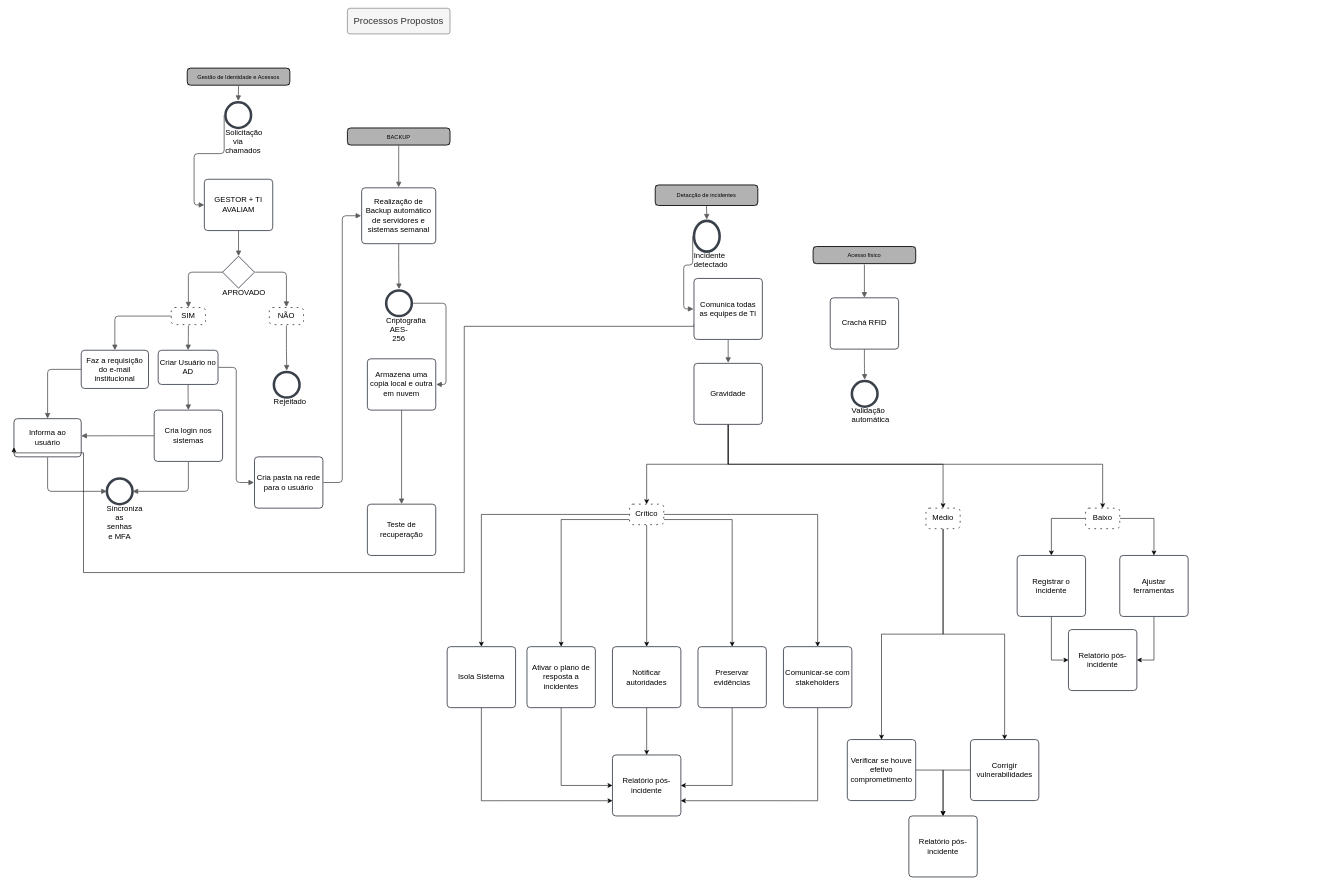
Above: Eixo 2/Segurança da Informação.drawio in ICEI-PUC-Minas-PMV-CST-SI/pmv-cst-si-2024-2-pe1-t1-grupo-2-quitanda-do-seu-ze (draw.io), before the change. Source tidied: cells renumbered, new cells numbered last; positions are measured from the earlier drawing's top-left corner, leaving out a move shared by most shapes. Both pictures are drawn from the tidied source at 57%, with x=0, y=0 at pixel (14, 8).
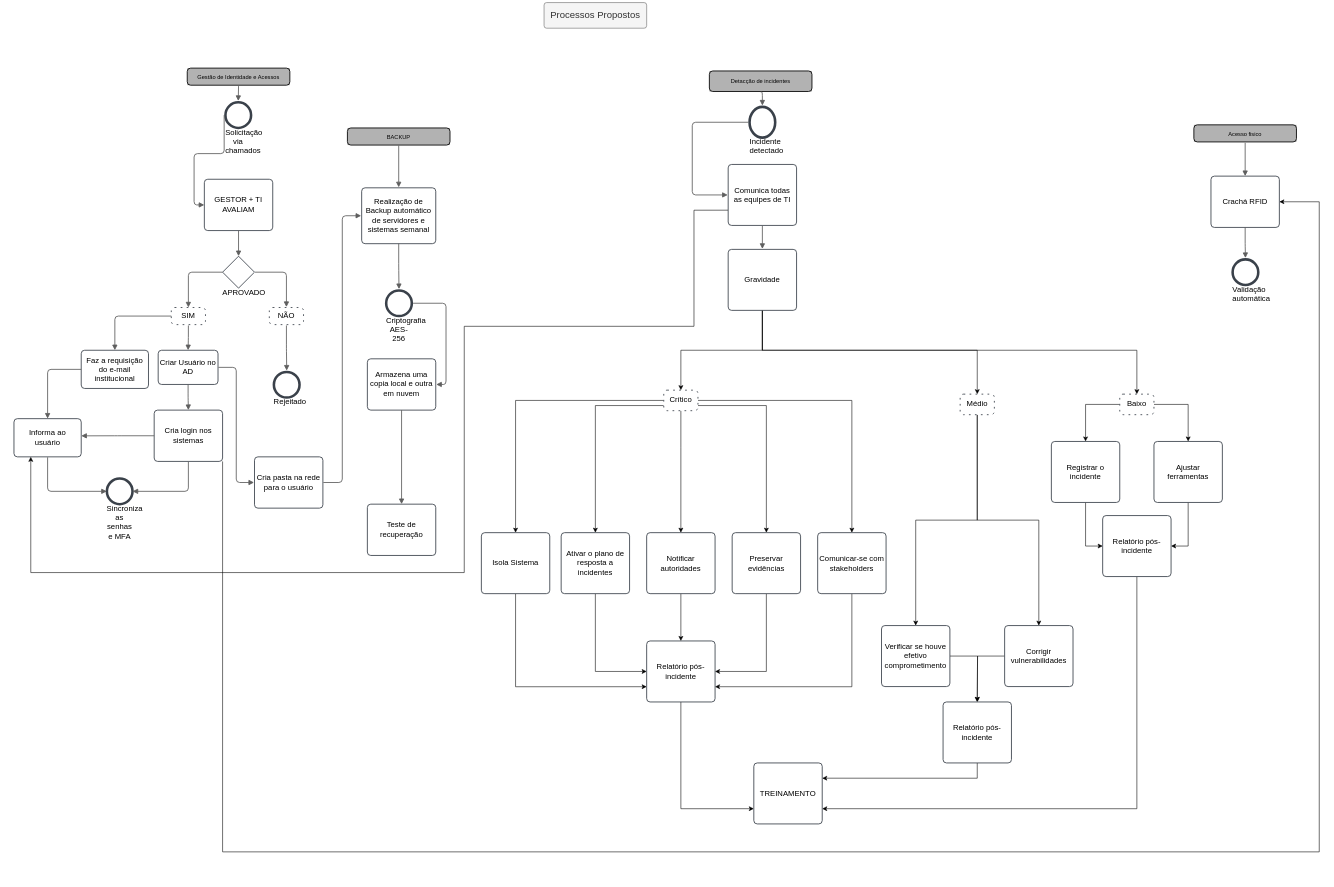
The same page after the edit.

Unchanged cells that the change refers to:
```xml
<mxCell id="52" value="Cria login nos sistemas " style="html=1;overflow=block;blockSpacing=1;whiteSpace=wrap;fontSize=13.5;align=center;spacing=3.8;strokeColor=#3a414a;strokeOpacity=100;fillOpacity=100;rounded=1;absoluteArcSize=1;arcSize=12;fillColor=#ffffff;strokeWidth=1.5;" parent="1" vertex="1">
  <mxGeometry x="246" y="705" width="120" height="90" as="geometry" />
</mxCell>
<mxCell id="56" value="Informa ao usuário" style="html=1;overflow=block;blockSpacing=1;whiteSpace=wrap;fontSize=13.5;align=center;spacing=3.8;strokeColor=#3a414a;strokeOpacity=100;fillOpacity=100;rounded=1;absoluteArcSize=1;arcSize=12;fillColor=#ffffff;strokeWidth=1.5;" parent="1" vertex="1">
  <mxGeometry y="720" width="118" height="67" as="geometry" />
</mxCell>
```

Diff of the diagram source:
```diff
@@
     <mxCell id="6" value="Detacção de incidentes" style="html=1;overflow=block;blockSpacing=1;whiteSpace=wrap;fontSize=10;align=center;spacing=3.8;strokeOpacity=100;fillOpacity=100;rounded=1;absoluteArcSize=1;arcSize=12;fillColor=#ffffff;strokeWidth=1.5;" parent="1" vertex="1">
-      <mxGeometry x="1125" y="310" width="180" height="36" as="geometry" />
+      <mxGeometry x="1220" y="110" width="180" height="36" as="geometry" />
     </mxCell>
@@
     <mxCell id="8" value="Acesso fisico" style="html=1;overflow=block;blockSpacing=1;whiteSpace=wrap;fontSize=10;align=center;spacing=3.8;strokeOpacity=100;fillOpacity=100;rounded=1;absoluteArcSize=1;arcSize=12;fillColor=#ffffff;strokeWidth=1.5;" parent="1" vertex="1">
-      <mxGeometry x="1402" y="418" width="180" height="30" as="geometry" />
+      <mxGeometry x="2070" y="204.5" width="180" height="30" as="geometry" />
     </mxCell>
@@
     <mxCell id="29" style="edgeStyle=orthogonalEdgeStyle;rounded=0;jettySize=auto;html=1;exitX=0.5;exitY=1;exitDx=0;exitDy=0;" parent="1" edge="1" source="31" target="76">
       <mxGeometry relative="1" as="geometry">
         <Array as="points">
-          <mxPoint x="1253" y="800" />
-          <mxPoint x="1910" y="800" />
+          <mxPoint x="1313" y="600" />
+          <mxPoint x="1970" y="600" />
         </Array>
       </mxGeometry>
     </mxCell>
     <mxCell id="30" style="edgeStyle=orthogonalEdgeStyle;rounded=0;jettySize=auto;html=1;exitX=0.5;exitY=1;exitDx=0;exitDy=0;entryX=0.5;entryY=0;entryDx=0;entryDy=0;" parent="1" edge="1" source="31" target="40">
       <mxGeometry relative="1" as="geometry">
         <Array as="points">
-          <mxPoint x="1253" y="800" />
-          <mxPoint x="1630" y="800" />
+          <mxPoint x="1313" y="600" />
+          <mxPoint x="1690" y="600" />
         </Array>
       </mxGeometry>
     </mxCell>
     <mxCell id="31" value="Gravidade" style="html=1;overflow=block;blockSpacing=1;whiteSpace=wrap;fontSize=13.5;align=center;spacing=3.8;strokeColor=#3a414a;strokeOpacity=100;fillOpacity=100;rounded=1;absoluteArcSize=1;arcSize=12;fillColor=#ffffff;strokeWidth=1.5;" parent="1" vertex="1">
-      <mxGeometry x="1193" y="623" width="120" height="107" as="geometry" />
+      <mxGeometry x="1253" y="423" width="120" height="107" as="geometry" />
     </mxCell>
@@
     <mxCell id="34" style="edgeStyle=orthogonalEdgeStyle;rounded=0;jettySize=auto;html=1;exitX=0.5;exitY=1;exitDx=0;exitDy=0;" parent="1" edge="1" source="37" target="80">
       <mxGeometry relative="1" as="geometry">
         <Array as="points">
-          <mxPoint x="1110" y="970" />
-          <mxPoint x="1110" y="970" />
+          <mxPoint x="1170" y="770" />
+          <mxPoint x="1170" y="770" />
         </Array>
       </mxGeometry>
     </mxCell>
@@
     <mxCell id="37" value="Crítico" style="html=1;overflow=block;blockSpacing=1;shape=ext;dashed=1;dashPattern=2 5;whiteSpace=wrap;fontSize=13.5;align=center;spacing=3.8;strokeColor=#3a414a;strokeOpacity=100;fillOpacity=100;rounded=1;absoluteArcSize=1;arcSize=12;fillColor=#ffffff;strokeWidth=1.5;" parent="1" vertex="1">
-      <mxGeometry x="1080" y="870" width="60" height="36" as="geometry" />
+      <mxGeometry x="1140" y="670" width="60" height="36" as="geometry" />
     </mxCell>
@@
     <mxCell id="40" value="Médio" style="html=1;overflow=block;blockSpacing=1;shape=ext;dashed=1;dashPattern=2 5;whiteSpace=wrap;fontSize=13.5;align=center;spacing=3.8;strokeColor=#3a414a;strokeOpacity=100;fillOpacity=100;rounded=1;absoluteArcSize=1;arcSize=12;fillColor=#ffffff;strokeWidth=1.5;" parent="1" vertex="1">
-      <mxGeometry x="1600" y="877" width="60" height="36" as="geometry" />
+      <mxGeometry x="1660" y="677" width="60" height="36" as="geometry" />
     </mxCell>
-    <mxCell id="41" style="edgeStyle=orthogonalEdgeStyle;rounded=0;jettySize=auto;html=1;exitX=1;exitY=0.5;exitDx=0;exitDy=0;" parent="1" edge="1" source="42" target="91">
-      <mxGeometry relative="1" as="geometry" />
+    <mxCell id="41" style="edgeStyle=orthogonalEdgeStyle;rounded=0;jettySize=auto;html=1;exitX=1;exitY=0.5;exitDx=0;exitDy=0;" parent="1" edge="1" source="42">
+      <mxGeometry relative="1" as="geometry">
+        <mxPoint x="1690" y="1217" as="targetPoint" />
+      </mxGeometry>
     </mxCell>
     <mxCell id="42" value="Verificar se houve efetivo comprometimento" style="html=1;overflow=block;blockSpacing=1;whiteSpace=wrap;fontSize=13.5;align=center;spacing=3.8;strokeColor=#3a414a;strokeOpacity=100;fillOpacity=100;rounded=1;absoluteArcSize=1;arcSize=12;fillColor=#ffffff;strokeWidth=1.5;" parent="1" vertex="1">
-      <mxGeometry x="1462" y="1283" width="120" height="107" as="geometry" />
+      <mxGeometry x="1522" y="1083" width="120" height="107" as="geometry" />
     </mxCell>
@@
     <mxCell id="44" value="Isola Sistema" style="html=1;overflow=block;blockSpacing=1;whiteSpace=wrap;fontSize=13.5;align=center;spacing=3.8;strokeColor=#3a414a;strokeOpacity=100;fillOpacity=100;rounded=1;absoluteArcSize=1;arcSize=12;fillColor=#ffffff;strokeWidth=1.5;" parent="1" vertex="1">
-      <mxGeometry x="760" y="1120" width="120" height="107" as="geometry" />
+      <mxGeometry x="820" y="920" width="120" height="107" as="geometry" />
     </mxCell>
+    <mxCell id="93" style="edgeStyle=orthogonalEdgeStyle;rounded=0;jettySize=auto;html=1;exitX=0.5;exitY=1;exitDx=0;exitDy=0;entryX=0;entryY=0.75;entryDx=0;entryDy=0;" parent="1" edge="1" source="45" target="97">
+      <mxGeometry relative="1" as="geometry" />
+    </mxCell>
     <mxCell id="45" value="Relatório pós-incidente" style="html=1;overflow=block;blockSpacing=1;whiteSpace=wrap;fontSize=13.5;align=center;spacing=3.8;strokeColor=#3a414a;strokeOpacity=100;fillOpacity=100;rounded=1;absoluteArcSize=1;arcSize=12;fillColor=#ffffff;strokeWidth=1.5;" parent="1" vertex="1">
-      <mxGeometry x="1050" y="1310" width="120" height="107" as="geometry" />
+      <mxGeometry x="1110" y="1110" width="120" height="107" as="geometry" />
     </mxCell>
     <mxCell id="46" value="Crachá RFID" style="html=1;overflow=block;blockSpacing=1;whiteSpace=wrap;fontSize=13.5;align=center;spacing=3.8;strokeColor=#3a414a;strokeOpacity=100;fillOpacity=100;rounded=1;absoluteArcSize=1;arcSize=12;fillColor=#ffffff;strokeWidth=1.5;" parent="1" vertex="1">
-      <mxGeometry x="1432" y="508" width="120" height="90" as="geometry" />
+      <mxGeometry x="2100" y="294.5" width="120" height="90" as="geometry" />
     </mxCell>
     <mxCell id="47" value="Validação automática" style="html=1;overflow=block;blockSpacing=1;whiteSpace=wrap;shape=mxgraph.bpmn.shape;verticalLabelPosition=bottom;verticalAlign=top;outline=end;fontSize=13.5;align=center;spacing=0;strokeColor=#3a414a;strokeOpacity=100;fillOpacity=100;rounded=1;absoluteArcSize=1;arcSize=12;fillColor=#ffffff;strokeWidth=1.5;" parent="1" vertex="1">
-      <mxGeometry x="1470" y="654" width="45" height="45" as="geometry" />
+      <mxGeometry x="2138" y="440.5" width="45" height="45" as="geometry" />
     </mxCell>
@@
     <mxCell id="50" value="Processos Propostos" style="html=1;overflow=block;blockSpacing=1;whiteSpace=wrap;fontSize=16.7;spacing=0;strokeOpacity=100;rounded=1;absoluteArcSize=1;arcSize=9;strokeWidth=NaN;lucidId=.Rn7T_qeF7R_;fillColor=#f5f5f5;fontColor=#333333;strokeColor=#666666;" parent="1" vertex="1">
-      <mxGeometry x="585" width="180" height="45" as="geometry" />
+      <mxGeometry x="930" y="-10" width="180" height="45" as="geometry" />
     </mxCell>
@@
+    <mxCell id="94" style="edgeStyle=orthogonalEdgeStyle;rounded=0;jettySize=auto;html=1;exitX=1;exitY=1;exitDx=0;exitDy=0;entryX=1;entryY=0.5;entryDx=0;entryDy=0;" parent="1" edge="1" source="52" target="46">
+      <mxGeometry relative="1" as="geometry">
+        <Array as="points">
+          <mxPoint x="366" y="1480" />
+          <mxPoint x="2290" y="1480" />
+          <mxPoint x="2290" y="340" />
+        </Array>
+      </mxGeometry>
+    </mxCell>
@@
     <mxCell id="68" value="Incidente detectado" style="html=1;overflow=block;blockSpacing=1;whiteSpace=wrap;shape=mxgraph.bpmn.shape;verticalLabelPosition=bottom;verticalAlign=top;outline=end;fontSize=13.5;align=center;spacing=0;strokeColor=#3a414a;strokeOpacity=100;fillOpacity=100;rounded=1;absoluteArcSize=1;arcSize=12;fillColor=#ffffff;strokeWidth=1.5;" parent="1" vertex="1">
-      <mxGeometry x="1193" y="373" width="45" height="54" as="geometry" />
+      <mxGeometry x="1290.5" y="173" width="45" height="54" as="geometry" />
     </mxCell>
@@
     <mxCell id="70" style="html=1;jettySize=18;whiteSpace=wrap;fontSize=13;strokeColor=#5E5E5E;strokeWidth=1.5;rounded=1;arcSize=12;edgeStyle=orthogonalEdgeStyle;startArrow=none;endArrow=block;endFill=1;exitX=-0.05;exitY=0.5;exitPerimeter=0;entryX=-0.006;entryY=0.5;entryPerimeter=0;lucidId=O~-8GXl4rpnG;" parent="1" edge="1" source="68" target="72">
-      <mxGeometry relative="1" as="geometry" />
+      <mxGeometry relative="1" as="geometry">
+        <Array as="points">
+          <mxPoint x="1190" y="200" />
+          <mxPoint x="1190" y="327" />
+        </Array>
+      </mxGeometry>
     </mxCell>
-    <mxCell id="71" style="edgeStyle=orthogonalEdgeStyle;rounded=0;jettySize=auto;html=1;exitX=0;exitY=0.75;exitDx=0;exitDy=0;entryX=0;entryY=0.75;entryDx=0;entryDy=0;" parent="1" edge="1" source="72" target="56">
+    <mxCell id="71" style="edgeStyle=orthogonalEdgeStyle;rounded=0;jettySize=auto;html=1;exitX=0;exitY=0.75;exitDx=0;exitDy=0;entryX=0.25;entryY=1;entryDx=0;entryDy=0;" parent="1" edge="1" source="72" target="56">
       <mxGeometry relative="1" as="geometry">
         <Array as="points">
+          <mxPoint x="1193" y="354" />
           <mxPoint x="1193" y="558" />
           <mxPoint x="790" y="558" />
           <mxPoint x="790" y="990" />
-          <mxPoint x="122" y="990" />
-          <mxPoint x="122" y="780" />
-          <mxPoint y="780" />
+          <mxPoint x="30" y="990" />
+          <mxPoint x="30" y="787" />
         </Array>
       </mxGeometry>
     </mxCell>
     <mxCell id="72" value="Comunica todas as equipes de TI" style="html=1;overflow=block;blockSpacing=1;whiteSpace=wrap;fontSize=13.5;align=center;spacing=3.8;strokeColor=#3a414a;strokeOpacity=100;fillOpacity=100;rounded=1;absoluteArcSize=1;arcSize=12;fillColor=#ffffff;strokeWidth=1.5;" parent="1" vertex="1">
-      <mxGeometry x="1193" y="474" width="120" height="107" as="geometry" />
+      <mxGeometry x="1253" y="274" width="120" height="107" as="geometry" />
     </mxCell>
@@
     <mxCell id="76" value="Baixo" style="html=1;overflow=block;blockSpacing=1;shape=ext;dashed=1;dashPattern=2 5;whiteSpace=wrap;fontSize=13.5;align=center;spacing=3.8;strokeColor=#3a414a;strokeOpacity=100;fillOpacity=100;rounded=1;absoluteArcSize=1;arcSize=12;fillColor=#ffffff;strokeWidth=1.5;" parent="1" vertex="1">
-      <mxGeometry x="1880" y="877" width="60" height="36" as="geometry" />
+      <mxGeometry x="1940" y="677" width="60" height="36" as="geometry" />
     </mxCell>
@@
     <mxCell id="78" value="Ativar o plano de resposta a incidentes" style="html=1;overflow=block;blockSpacing=1;whiteSpace=wrap;fontSize=13.5;align=center;spacing=3.8;strokeColor=#3a414a;strokeOpacity=100;fillOpacity=100;rounded=1;absoluteArcSize=1;arcSize=12;fillColor=#ffffff;strokeWidth=1.5;" parent="1" vertex="1">
-      <mxGeometry x="900" y="1120" width="120" height="107" as="geometry" />
+      <mxGeometry x="960" y="920" width="120" height="107" as="geometry" />
     </mxCell>
@@
     <mxCell id="80" value="Notificar autoridades" style="html=1;overflow=block;blockSpacing=1;whiteSpace=wrap;fontSize=13.5;align=center;spacing=3.8;strokeColor=#3a414a;strokeOpacity=100;fillOpacity=100;rounded=1;absoluteArcSize=1;arcSize=12;fillColor=#ffffff;strokeWidth=1.5;" parent="1" vertex="1">
-      <mxGeometry x="1050" y="1120" width="120" height="107" as="geometry" />
+      <mxGeometry x="1110" y="920" width="120" height="107" as="geometry" />
     </mxCell>
@@
     <mxCell id="82" value="Preservar evidências" style="html=1;overflow=block;blockSpacing=1;whiteSpace=wrap;fontSize=13.5;align=center;spacing=3.8;strokeColor=#3a414a;strokeOpacity=100;fillOpacity=100;rounded=1;absoluteArcSize=1;arcSize=12;fillColor=#ffffff;strokeWidth=1.5;" parent="1" vertex="1">
-      <mxGeometry x="1200" y="1120" width="120" height="107" as="geometry" />
+      <mxGeometry x="1260" y="920" width="120" height="107" as="geometry" />
     </mxCell>
@@
     <mxCell id="84" value="Comunicar-se com stakeholders" style="html=1;overflow=block;blockSpacing=1;whiteSpace=wrap;fontSize=13.5;align=center;spacing=3.8;strokeColor=#3a414a;strokeOpacity=100;fillOpacity=100;rounded=1;absoluteArcSize=1;arcSize=12;fillColor=#ffffff;strokeWidth=1.5;" parent="1" vertex="1">
-      <mxGeometry x="1350" y="1120" width="120" height="107" as="geometry" />
+      <mxGeometry x="1410" y="920" width="120" height="107" as="geometry" />
     </mxCell>
-    <mxCell id="85" style="edgeStyle=orthogonalEdgeStyle;rounded=0;jettySize=auto;html=1;exitX=0;exitY=0.5;exitDx=0;exitDy=0;" parent="1" edge="1" source="86" target="91">
-      <mxGeometry relative="1" as="geometry" />
+    <mxCell id="85" style="edgeStyle=orthogonalEdgeStyle;rounded=0;jettySize=auto;html=1;exitX=0;exitY=0.5;exitDx=0;exitDy=0;" parent="1" edge="1" source="86">
+      <mxGeometry relative="1" as="geometry">
+        <mxPoint x="1690" y="1217" as="targetPoint" />
+      </mxGeometry>
     </mxCell>
     <mxCell id="86" value="Corrigir vulnerabilidades " style="html=1;overflow=block;blockSpacing=1;whiteSpace=wrap;fontSize=13.5;align=center;spacing=3.8;strokeColor=#3a414a;strokeOpacity=100;fillOpacity=100;rounded=1;absoluteArcSize=1;arcSize=12;fillColor=#ffffff;strokeWidth=1.5;" parent="1" vertex="1">
-      <mxGeometry x="1678" y="1283" width="120" height="107" as="geometry" />
+      <mxGeometry x="1738" y="1083" width="120" height="107" as="geometry" />
     </mxCell>
@@
     <mxCell id="88" value="Registrar o incidente" style="html=1;overflow=block;blockSpacing=1;whiteSpace=wrap;fontSize=13.5;align=center;spacing=3.8;strokeColor=#3a414a;strokeOpacity=100;fillOpacity=100;rounded=1;absoluteArcSize=1;arcSize=12;fillColor=#ffffff;strokeWidth=1.5;" parent="1" vertex="1">
-      <mxGeometry x="1760" y="960" width="120" height="107" as="geometry" />
+      <mxGeometry x="1820" y="760" width="120" height="107" as="geometry" />
     </mxCell>
@@
     <mxCell id="90" value="Ajustar ferramentas" style="html=1;overflow=block;blockSpacing=1;whiteSpace=wrap;fontSize=13.5;align=center;spacing=3.8;strokeColor=#3a414a;strokeOpacity=100;fillOpacity=100;rounded=1;absoluteArcSize=1;arcSize=12;fillColor=#ffffff;strokeWidth=1.5;" parent="1" vertex="1">
-      <mxGeometry x="1940" y="960" width="120" height="107" as="geometry" />
+      <mxGeometry x="2000" y="760" width="120" height="107" as="geometry" />
     </mxCell>
+    <mxCell id="95" style="edgeStyle=orthogonalEdgeStyle;rounded=0;jettySize=auto;html=1;exitX=0.5;exitY=1;exitDx=0;exitDy=0;entryX=1;entryY=0.25;entryDx=0;entryDy=0;" parent="1" edge="1" source="91" target="97">
+      <mxGeometry relative="1" as="geometry" />
+    </mxCell>
     <mxCell id="91" value="Relatório pós-incidente" style="html=1;overflow=block;blockSpacing=1;whiteSpace=wrap;fontSize=13.5;align=center;spacing=3.8;strokeColor=#3a414a;strokeOpacity=100;fillOpacity=100;rounded=1;absoluteArcSize=1;arcSize=12;fillColor=#ffffff;strokeWidth=1.5;" parent="1" vertex="1">
-      <mxGeometry x="1570" y="1417" width="120" height="107" as="geometry" />
+      <mxGeometry x="1630" y="1217" width="120" height="107" as="geometry" />
     </mxCell>
+    <mxCell id="96" style="edgeStyle=orthogonalEdgeStyle;rounded=0;jettySize=auto;html=1;exitX=0.5;exitY=1;exitDx=0;exitDy=0;entryX=1;entryY=0.75;entryDx=0;entryDy=0;" parent="1" edge="1" source="92" target="97">
+      <mxGeometry relative="1" as="geometry" />
+    </mxCell>
     <mxCell id="92" value="Relatório pós-incidente" style="html=1;overflow=block;blockSpacing=1;whiteSpace=wrap;fontSize=13.5;align=center;spacing=3.8;strokeColor=#3a414a;strokeOpacity=100;fillOpacity=100;rounded=1;absoluteArcSize=1;arcSize=12;fillColor=#ffffff;strokeWidth=1.5;" parent="1" vertex="1">
-      <mxGeometry x="1850" y="1090" width="120" height="107" as="geometry" />
+      <mxGeometry x="1910" y="890" width="120" height="107" as="geometry" />
     </mxCell>
+    <mxCell id="97" value="TREINAMENTO" style="html=1;overflow=block;blockSpacing=1;whiteSpace=wrap;fontSize=13.5;align=center;spacing=3.8;strokeColor=#3a414a;strokeOpacity=100;fillOpacity=100;rounded=1;absoluteArcSize=1;arcSize=12;fillColor=#ffffff;strokeWidth=1.5;" parent="1" vertex="1">
+      <mxGeometry x="1298" y="1324" width="120" height="107" as="geometry" />
+    </mxCell>
```
